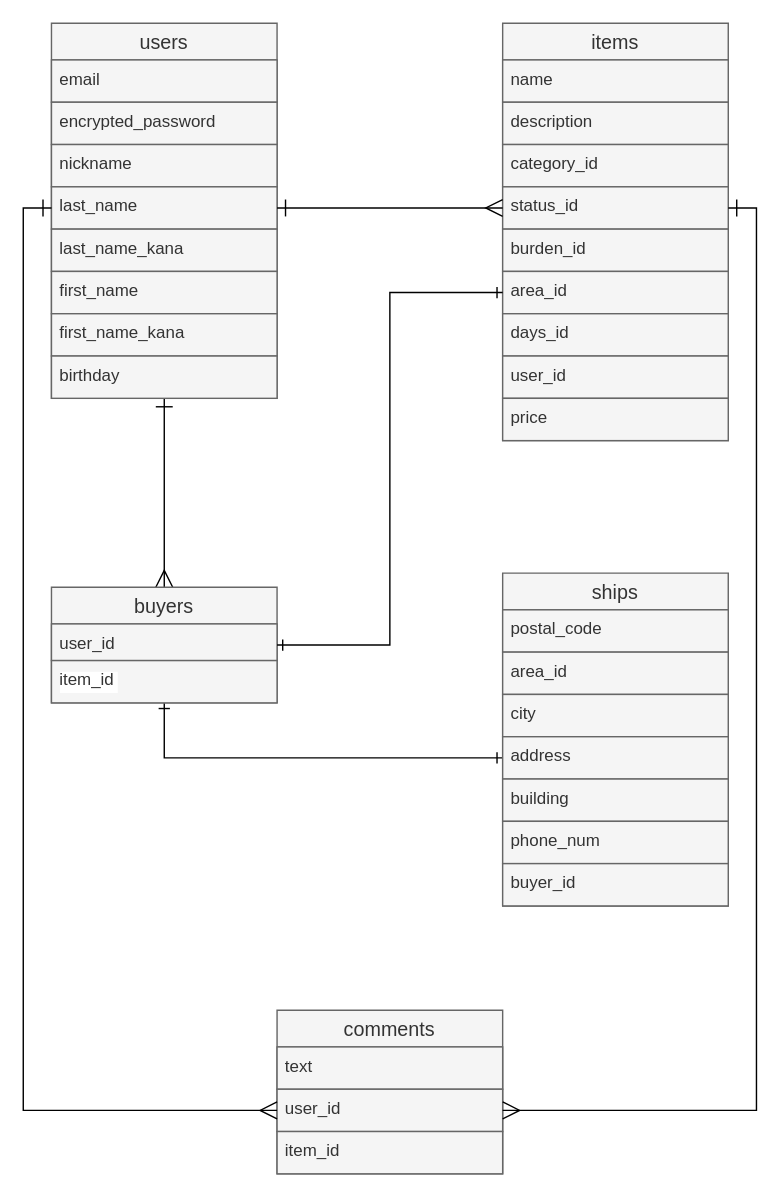
Before: ER.dio in samanosuke-akechi/furima-34566, a draw.io diagram. Source tidied: cells renumbered, new cells numbered last; positions are measured from the earlier drawing's top-left corner, leaving out a move shared by most shapes. Both pictures are drawn from the tidied source at 141%, with x=0, y=0 at pixel (51, 23).
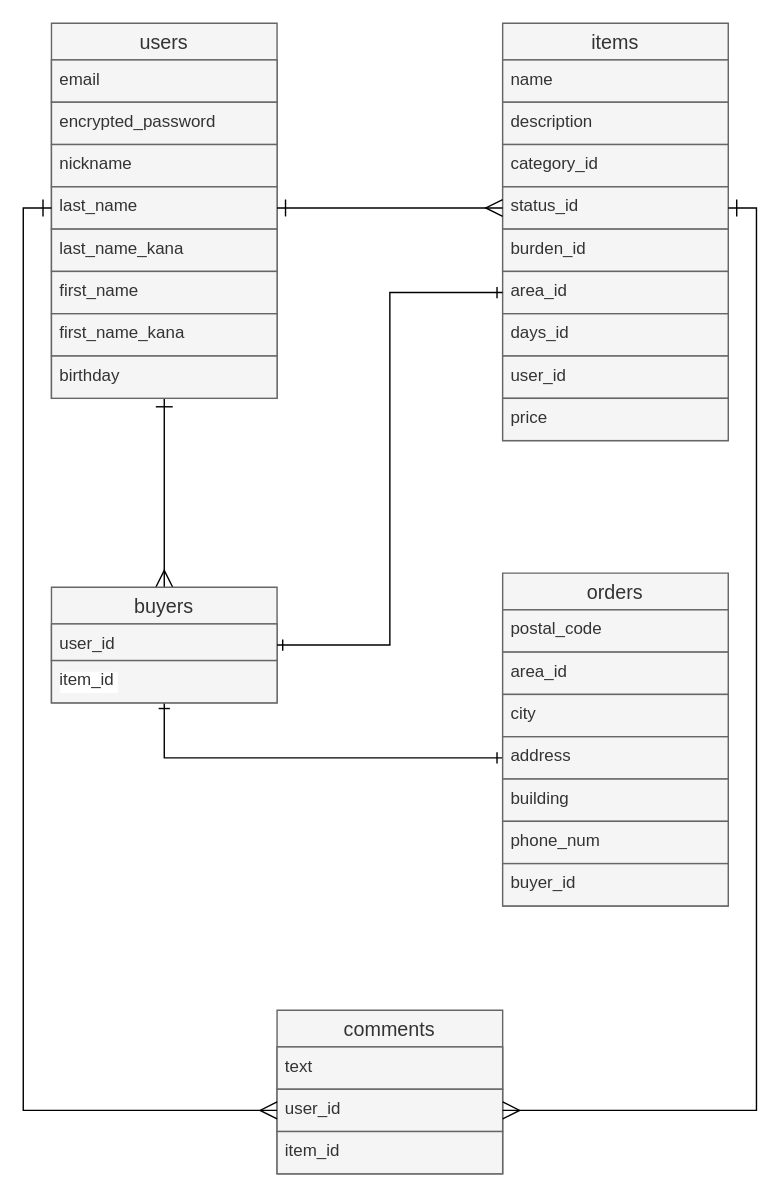
The same diagram, later.

Diff of the diagram source:
```diff
@@
-    <mxCell id="33" value="ships" style="swimlane;fontStyle=0;horizontal=1;startSize=26;align=center;fontSize=14;fillColor=#f5f5f5;strokeColor=#666666;fontColor=#333333;" parent="1" vertex="1">
+    <mxCell id="33" value="orders" style="swimlane;fontStyle=0;horizontal=1;startSize=26;align=center;fontSize=14;fillColor=#f5f5f5;strokeColor=#666666;fontColor=#333333;" parent="1" vertex="1">
       <mxGeometry x="320" y="390" width="160" height="236" as="geometry" />
     </mxCell>
```
